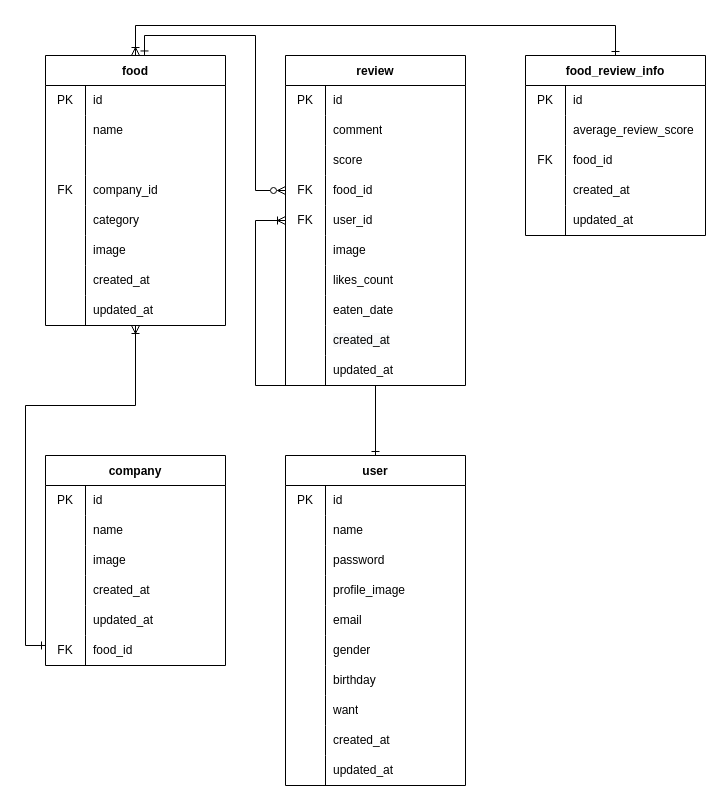
Earlier version of the draw.io diagram backend/ERD.drawio (Bluewind8791/mukcha). Source tidied: cells renumbered, new cells numbered last; positions are measured from the earlier drawing's top-left corner, leaving out a move shared by most shapes. Both pictures are drawn from the tidied source at 100%, with x=0, y=0 at pixel (25, 25).
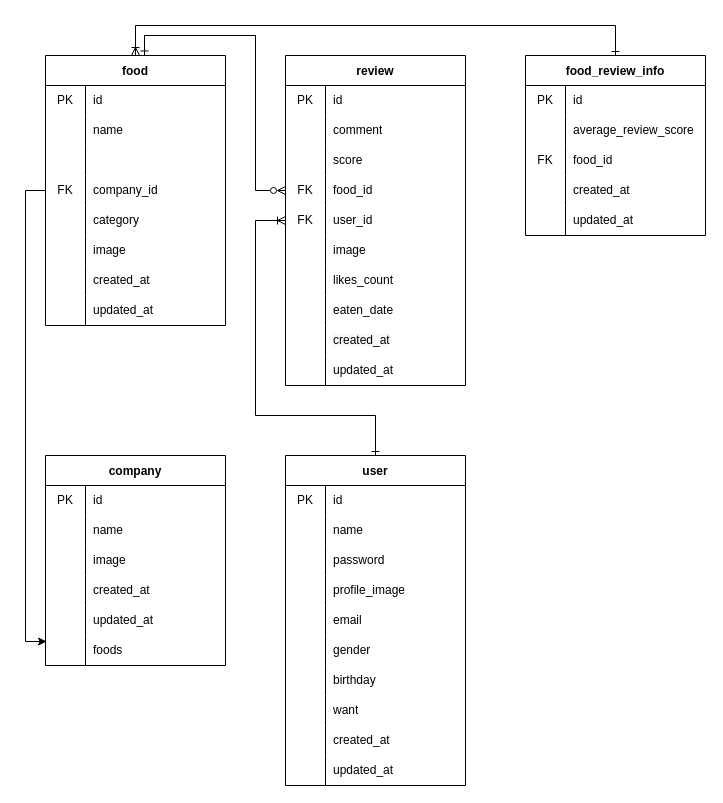
After the change.

Unchanged cells that the change refers to:
```xml
<mxCell id="4" value="food" style="shape=table;startSize=30;childLayout=tableLayout;rowLines=0;fontStyle=1;" parent="1" vertex="1">
  <mxGeometry x="20" y="30" width="180" height="270" as="geometry" />
</mxCell>
<mxCell id="14" style="shape=tableRow;horizontal=0;startSize=0;swimlaneHead=0;swimlaneBody=0;top=0;left=0;bottom=0;right=0;fillColor=none;points=[[0,0.5],[1,0.5]];portConstraint=eastwest;" parent="4" vertex="1">
  <mxGeometry y="120" width="180" height="30" as="geometry" />
</mxCell>
<mxCell id="46" style="shape=tableRow;horizontal=0;startSize=0;swimlaneHead=0;swimlaneBody=0;top=0;left=0;bottom=0;right=0;fillColor=none;points=[[0,0.5],[1,0.5]];portConstraint=eastwest;" parent="30" vertex="1">
  <mxGeometry y="180" width="180" height="30" as="geometry" />
</mxCell>
<mxCell id="50" value="user" style="shape=table;startSize=30;childLayout=tableLayout;rowLines=0;fontStyle=1;" parent="1" vertex="1">
  <mxGeometry x="260" y="430" width="180" height="330" as="geometry" />
</mxCell>
<mxCell id="94" style="shape=tableRow;horizontal=0;startSize=0;swimlaneHead=0;swimlaneBody=0;top=0;left=0;bottom=0;right=0;fillColor=none;points=[[0,0.5],[1,0.5]];portConstraint=eastwest;" parent="81" vertex="1">
  <mxGeometry y="150" width="180" height="30" as="geometry" />
</mxCell>
```

Diff of the diagram source:
```diff
@@
-    <mxCell id="2" style="edgeStyle=orthogonalEdgeStyle;rounded=0;jettySize=auto;html=1;entryX=0;entryY=0.333;entryDx=0;entryDy=0;entryPerimeter=0;startArrow=ERoneToMany;startFill=0;endArrow=ERone;endFill=0;" parent="1" edge="1" source="4" target="46">
-      <mxGeometry relative="1" as="geometry">
-        <Array as="points">
-          <mxPoint x="110" y="380" />
-          <mxPoint y="380" />
-          <mxPoint y="620" />
-        </Array>
-      </mxGeometry>
-    </mxCell>
@@
-    <mxCell id="47" value="FK" style="shape=partialRectangle;html=1;whiteSpace=wrap;fillColor=none;top=0;left=0;bottom=0;right=0;overflow=hidden;" parent="46" vertex="1">
+    <mxCell id="47" style="shape=partialRectangle;html=1;whiteSpace=wrap;fillColor=none;top=0;left=0;bottom=0;right=0;overflow=hidden;" parent="46" vertex="1">
       <mxGeometry width="40" height="30" as="geometry" />
     </mxCell>
-    <mxCell id="48" value="food_id" style="shape=partialRectangle;html=1;whiteSpace=wrap;fillColor=none;top=0;left=0;bottom=0;right=0;align=left;spacingLeft=6;overflow=hidden;" parent="46" vertex="1">
+    <mxCell id="48" value="foods" style="shape=partialRectangle;html=1;whiteSpace=wrap;fillColor=none;top=0;left=0;bottom=0;right=0;align=left;spacingLeft=6;overflow=hidden;" parent="46" vertex="1">
       <mxGeometry x="40" width="140" height="30" as="geometry" />
     </mxCell>
     <mxCell id="49" style="edgeStyle=orthogonalEdgeStyle;rounded=0;jettySize=auto;html=1;startArrow=ERone;startFill=0;endArrow=ERoneToMany;endFill=0;" parent="1" edge="1" source="50" target="94">
       <mxGeometry relative="1" as="geometry">
         <Array as="points">
-          <mxPoint x="350" y="360" />
-          <mxPoint x="230" y="360" />
+          <mxPoint x="350" y="390" />
+          <mxPoint x="230" y="390" />
           <mxPoint x="230" y="195" />
         </Array>
       </mxGeometry>
     </mxCell>
@@
+    <mxCell id="129" style="edgeStyle=orthogonalEdgeStyle;rounded=0;jettySize=auto;html=1;entryX=0.006;entryY=0.2;entryDx=0;entryDy=0;entryPerimeter=0;" parent="1" edge="1" source="14" target="46">
+      <mxGeometry relative="1" as="geometry">
+        <Array as="points">
+          <mxPoint y="165" />
+          <mxPoint y="616" />
+        </Array>
+      </mxGeometry>
+    </mxCell>
```
